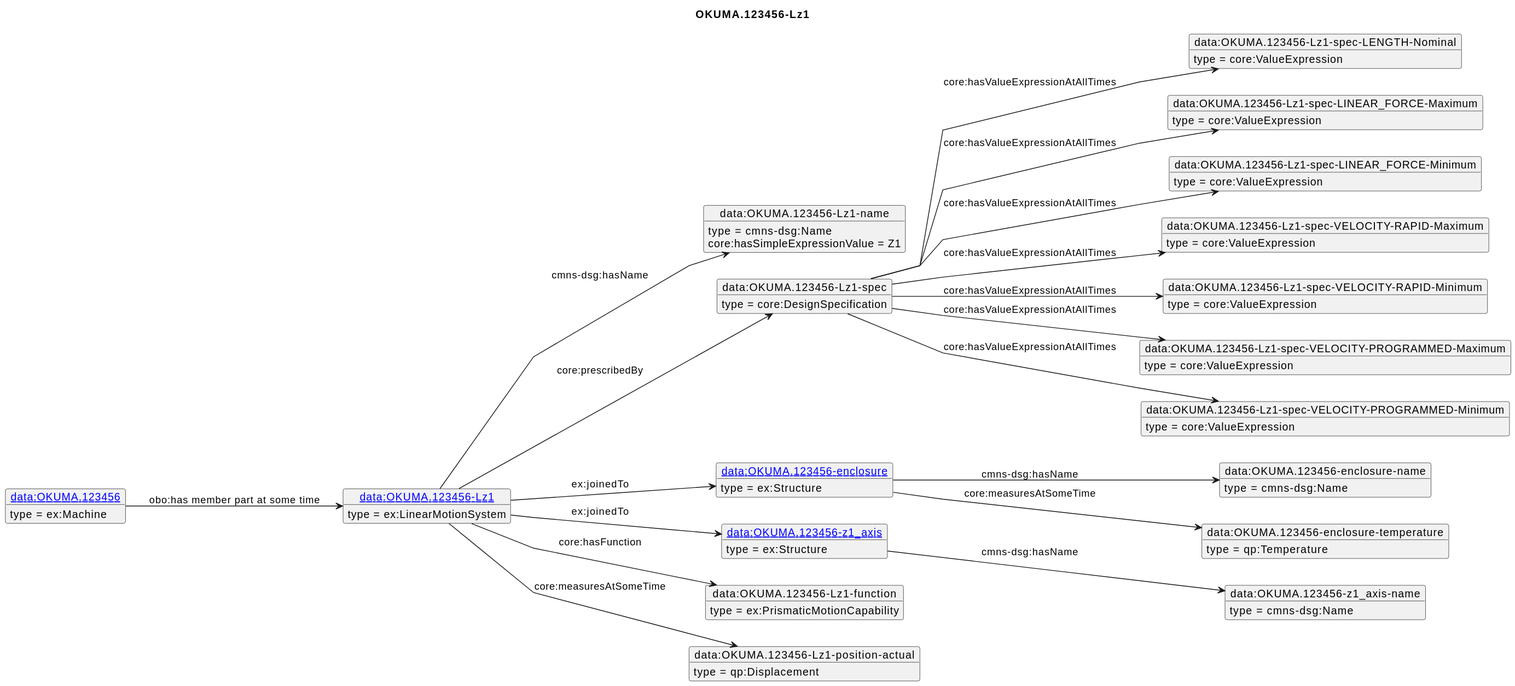
Above: diagrams/OKUMA.123456-Lz1.svg in iofoundry/example-syseng-mtconnect (PlantUML), before the change. Its diagram source:
```plantuml
@startuml
skinparam linetype polyline
left to right direction
title OKUMA.123456-Lz1
object "[[./OKUMA.123456-Lz1.html data:OKUMA.123456-Lz1]]" as o1 {
 type = ex:LinearMotionSystem
 }
object "data:OKUMA.123456-Lz1-name" as o2 {
 type = cmns-dsg:Name
 }
object "data:OKUMA.123456-Lz1-spec" as o3 {
 type = core:DesignSpecification
 }
object "data:OKUMA.123456-Lz1-spec-LENGTH-Nominal" as o4 {
 type = core:ValueExpression
 }
object "data:OKUMA.123456-Lz1-spec-LINEAR_FORCE-Maximum" as o5 {
 type = core:ValueExpression
 }
object "data:OKUMA.123456-Lz1-spec-LINEAR_FORCE-Minimum" as o6 {
 type = core:ValueExpression
 }
object "data:OKUMA.123456-Lz1-spec-VELOCITY-RAPID-Maximum" as o7 {
 type = core:ValueExpression
 }
object "data:OKUMA.123456-Lz1-spec-VELOCITY-RAPID-Minimum" as o8 {
 type = core:ValueExpression
 }
object "data:OKUMA.123456-Lz1-spec-VELOCITY-PROGRAMMED-Maximum" as o9 {
 type = core:ValueExpression
 }
object "data:OKUMA.123456-Lz1-spec-VELOCITY-PROGRAMMED-Minimum" as o10 {
 type = core:ValueExpression
 }
object "[[./OKUMA.123456-enclosure.html data:OKUMA.123456-enclosure]]" as o11 {
 type = ex:Structure
 }
object "data:OKUMA.123456-enclosure-name" as o12 {
 type = cmns-dsg:Name
 }
object "data:OKUMA.123456-enclosure-temperature" as o13 {
 type = qp:Temperature
 }
object "[[./OKUMA.123456-z1_axis.html data:OKUMA.123456-z1_axis]]" as o14 {
 type = ex:Structure
 }
object "data:OKUMA.123456-z1_axis-name" as o15 {
 type = cmns-dsg:Name
 }
object "data:OKUMA.123456-Lz1-function" as o16 {
 type = ex:PrismaticMotionCapability
 }
object "data:OKUMA.123456-Lz1-position-actual" as o17 {
 type = qp:Displacement
 }
object "[[./OKUMA.123456.html data:OKUMA.123456]]" as o18 {
 type = ex:Machine
 }
o1 --> o2 : cmns-dsg:hasName
o2 : core:hasSimpleExpressionValue = Z1
o1 --> o3 : core:prescribedBy
o3 --> o4 : core:hasValueExpressionAtAllTimes
o3 --> o5 : core:hasValueExpressionAtAllTimes
o3 --> o6 : core:hasValueExpressionAtAllTimes
o3 --> o7 : core:hasValueExpressionAtAllTimes
o3 --> o8 : core:hasValueExpressionAtAllTimes
o3 --> o9 : core:hasValueExpressionAtAllTimes
o3 --> o10 : core:hasValueExpressionAtAllTimes
o1 --> o11 : ex:joinedTo
o11 --> o12 : cmns-dsg:hasName
o11 --> o13 : core:measuresAtSomeTime
o1 --> o14 : ex:joinedTo
o14 --> o15 : cmns-dsg:hasName
o1 --> o16 : core:hasFunction
o1 --> o17 : core:measuresAtSomeTime
o18 --> o1 : obo:has member part at some time
@enduml
```
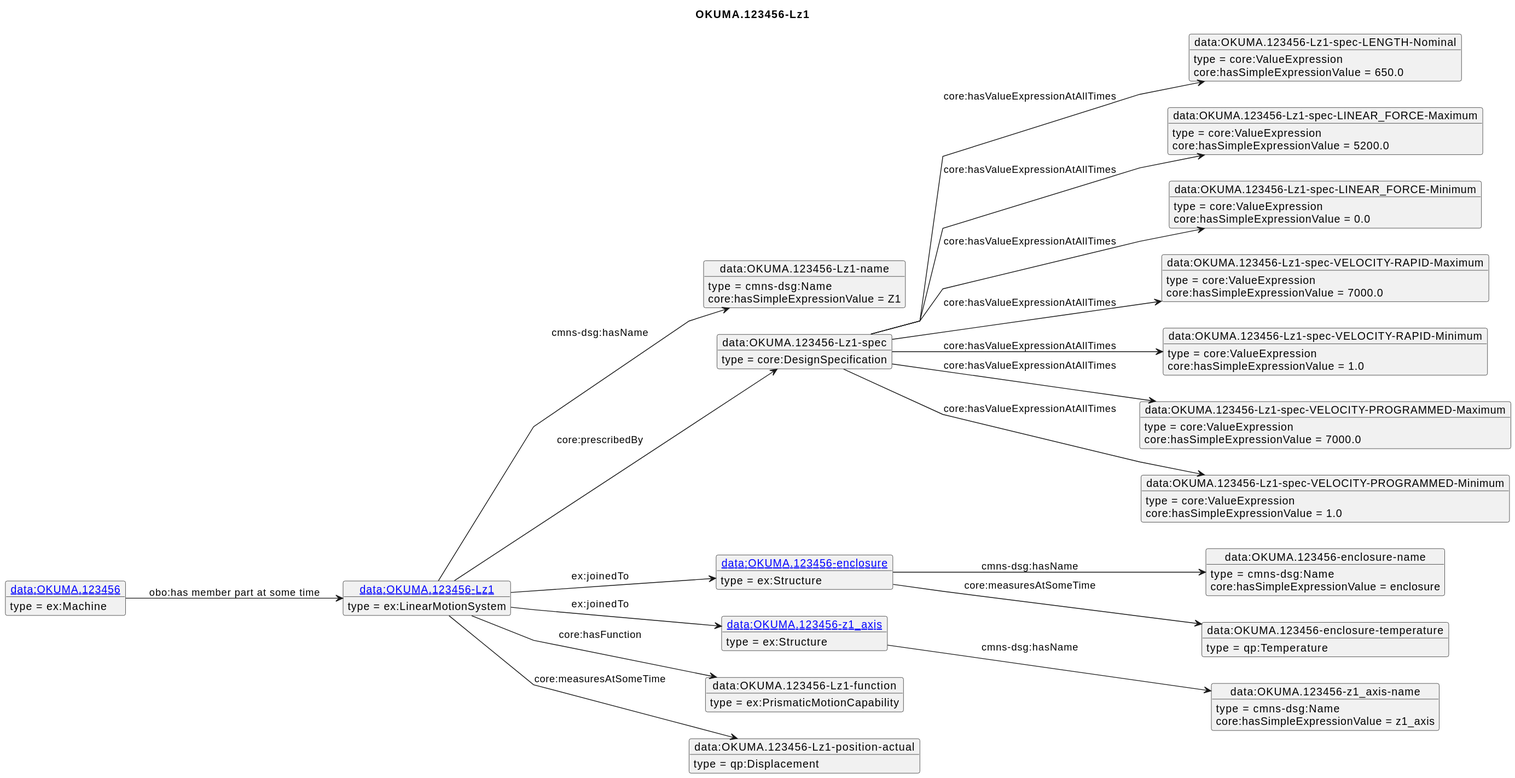
After the change.

Diff of the diagram source:
```diff
@@ -60,17 +60,26 @@
 o2 : core:hasSimpleExpressionValue = Z1
 o1 --> o3 : core:prescribedBy
 o3 --> o4 : core:hasValueExpressionAtAllTimes
+o4 : core:hasSimpleExpressionValue = 650.0
 o3 --> o5 : core:hasValueExpressionAtAllTimes
+o5 : core:hasSimpleExpressionValue = 5200.0
 o3 --> o6 : core:hasValueExpressionAtAllTimes
+o6 : core:hasSimpleExpressionValue = 0.0
 o3 --> o7 : core:hasValueExpressionAtAllTimes
+o7 : core:hasSimpleExpressionValue = 7000.0
 o3 --> o8 : core:hasValueExpressionAtAllTimes
+o8 : core:hasSimpleExpressionValue = 1.0
 o3 --> o9 : core:hasValueExpressionAtAllTimes
+o9 : core:hasSimpleExpressionValue = 7000.0
 o3 --> o10 : core:hasValueExpressionAtAllTimes
+o10 : core:hasSimpleExpressionValue = 1.0
 o1 --> o11 : ex:joinedTo
 o11 --> o12 : cmns-dsg:hasName
+o12 : core:hasSimpleExpressionValue = enclosure
 o11 --> o13 : core:measuresAtSomeTime
 o1 --> o14 : ex:joinedTo
 o14 --> o15 : cmns-dsg:hasName
+o15 : core:hasSimpleExpressionValue = z1_axis
 o1 --> o16 : core:hasFunction
 o1 --> o17 : core:measuresAtSomeTime
 o18 --> o1 : obo:has member part at some time
```
